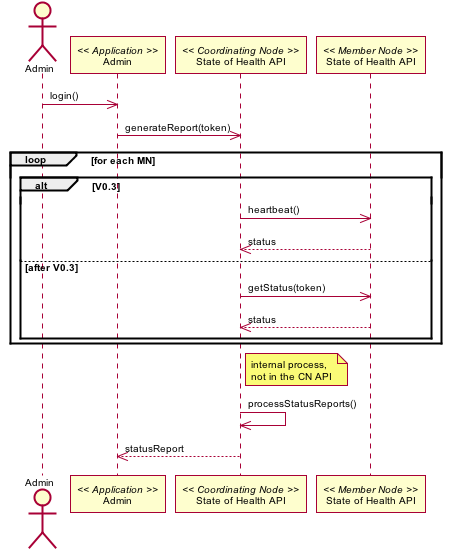
Before: source/UseCases/images/10_interaction.png, a diagram exported from PlantUML (datadavev/DataONE_architecture).
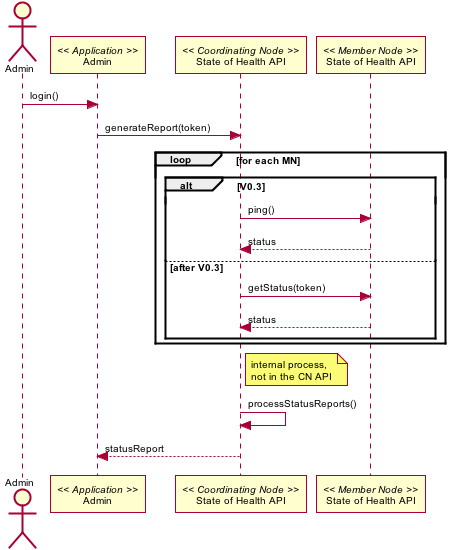
After the change.

Diff of the diagram source:
```diff
@@ -64,7 +64,7 @@
 app_admin -> c_health: generateReport(token)
 loop for each MN
 alt V0.3
-c_health -> m_health: heartbeat()
+c_health -> m_health: ping()
 m_health --> c_health: status
 else after V0.3
 c_health -> m_health: getStatus(token)
```
